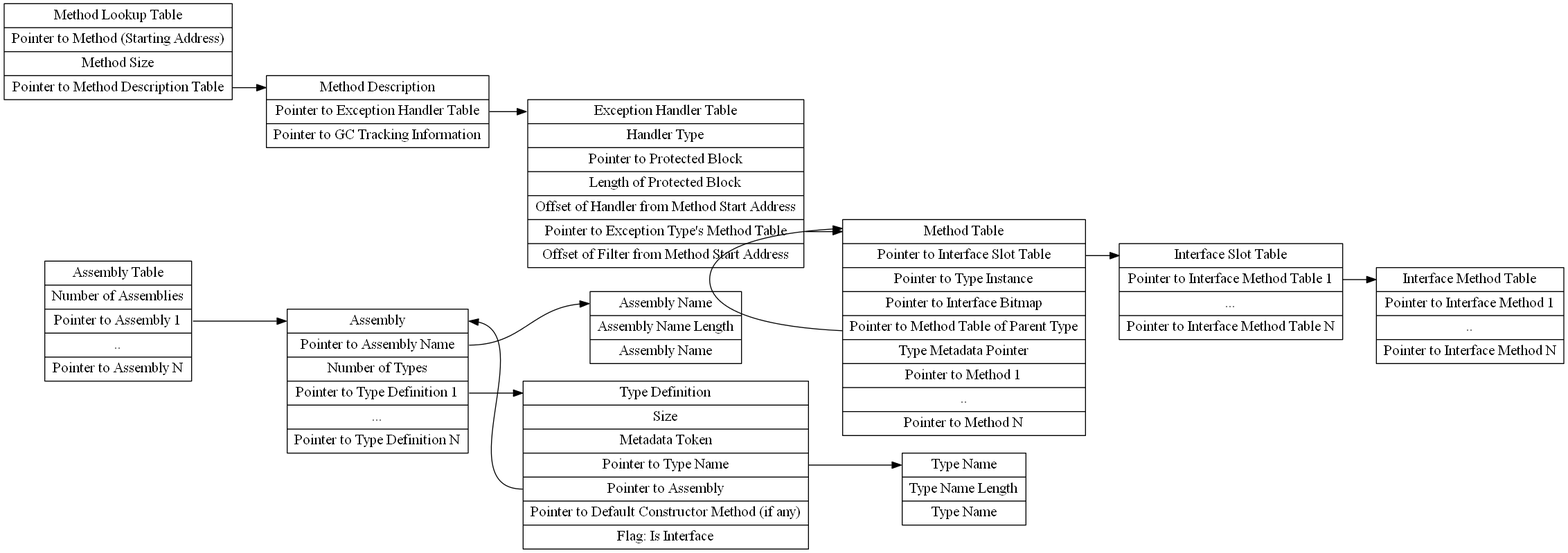
The Graphviz diagram Docs/MOSA-Runtime-Tables.png in mosa/MOSA-Project, before a commit. Its source is kept beside it as Docs/MOSA-Runtime-Tables.gv. Source of this version:
```dot
digraph g {
graph [
rankdir = "LR"
];
node [
fontsize = "16"
shape = "ellipse"
];
edge [
];

"node0" [
label = "<f0>Assembly Table|Number of Assemblies|<f1>Pointer to Assembly 1|..|Pointer to Assembly N"
shape = "record"
];

"node1" [
label = "<f0>Assembly|<f2>Pointer to Assembly Name| Number of Types|<f1>Pointer to Type  Definition 1|...|Pointer to Type  Definition N"
shape = "record"
];

"node2" [
label = "<f0>Type Definition|Size|Metadata Token|<f2>Pointer to Type Name|<f1>Pointer to Assembly|Pointer to Default Constructor Method (if any)|Flag: Is Interface"
shape = "record"
];

"node3" [
label = "<f0>Assembly Name|Assembly Name Length|Assembly Name"
shape = "record"
];

"node4" [
label = "<f0>Type Name|Type Name Length|Type Name"
shape = "record"
];

"node5" [
label = "<f0>Method Lookup Table|Pointer to Method (Starting Address)|Method Size|<f1>Pointer to Method Description Table"
shape = "record"
];

"node6" [
label = "<f0>Method Description|<f1>Pointer to Exception Handler Table|<f2>Pointer to GC Tracking Information"
shape = "record"
];

"node7" [
label = "<f0>Exception Handler Table|Handler Type|Pointer to Protected Block|Length of Protected Block|Offset of Handler from Method Start Address|<f1>Pointer to Exception Type's Method Table|Offset of Filter from Method Start Address"
shape = "record"
];

"node8" [
label = "<f0>Method Table|<f2>Pointer to Interface Slot Table|Pointer to Type Instance|Pointer to Interface Bitmap|<f1>Pointer to Method Table of Parent Type|Type Metadata Pointer|Pointer to Method 1|..|Pointer to Method N"
shape = "record"
];

"node9" [
label = "<f0>Interface Slot Table|<f1>Pointer to Interface Method Table 1|...|Pointer to Interface Method Table N"
shape = "record"
];

"node10" [
label = "<f0>Interface Method Table|Pointer to Interface Method 1|..|Pointer to Interface Method N"
shape = "record"
];

"node0":f1 -> "node1":f0 [
id = 0
];

"node1":f1 -> "node2":f0 [
id = 0
];

"node2":f1 -> "node1":f0 [
id = 0
];

"node1":f2 -> "node3":f0 [
id = 0
];

"node2":f2 -> "node4":f0 [
id = 0
];

"node5":f1 -> "node6":f0 [
id = 0
];

"node6":f1 -> "node7":f0 [
id = 0
];

"node7":f1 -> "node8":f0 [
id = 0
];

"node8":f1 -> "node8":f0 [
id = 0
];

"node8":f2 -> "node9":f0 [
id = 0
];

"node9":f1 -> "node10":f0 [
id = 0
];

}
```
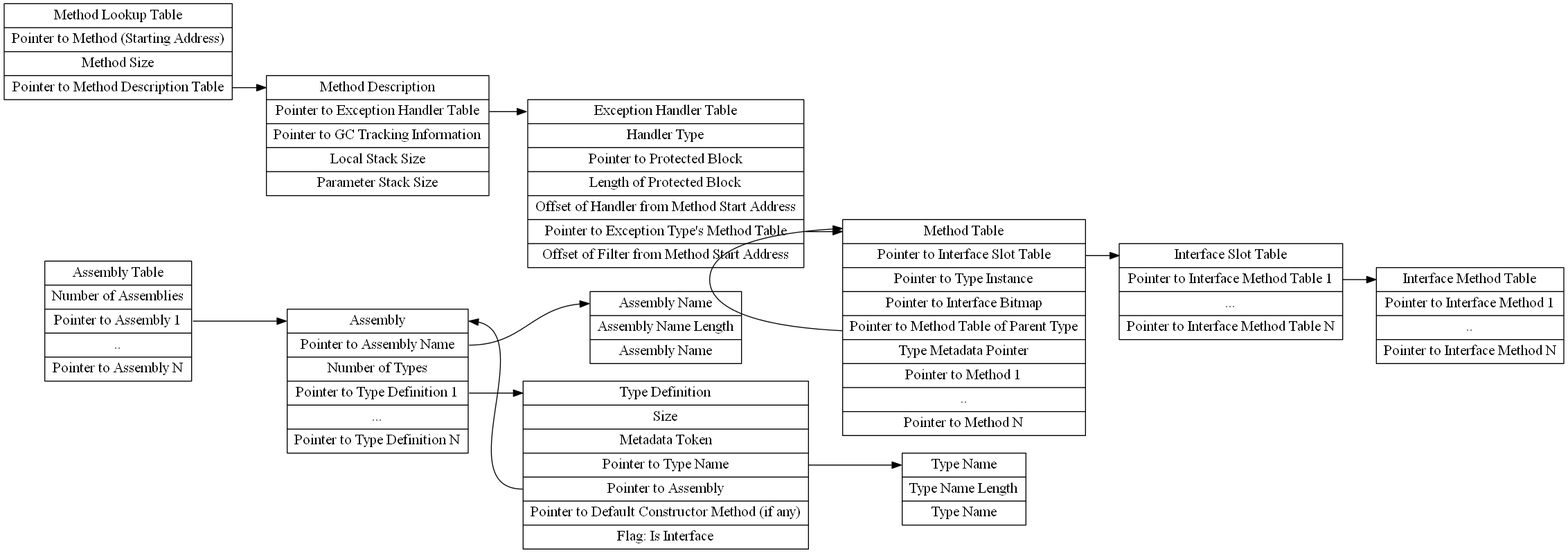
After the change.

What changed in the source:
```diff
@@ -40,7 +40,7 @@
 ];
 
 "node6" [
-label = "<f0>Method Description|<f1>Pointer to Exception Handler Table|<f2>Pointer to GC Tracking Information"
+label = "<f0>Method Description|<f1>Pointer to Exception Handler Table|<f2>Pointer to GC Tracking Information|Local Stack Size|Parameter Stack Size"
 shape = "record"
 ];
 
```
